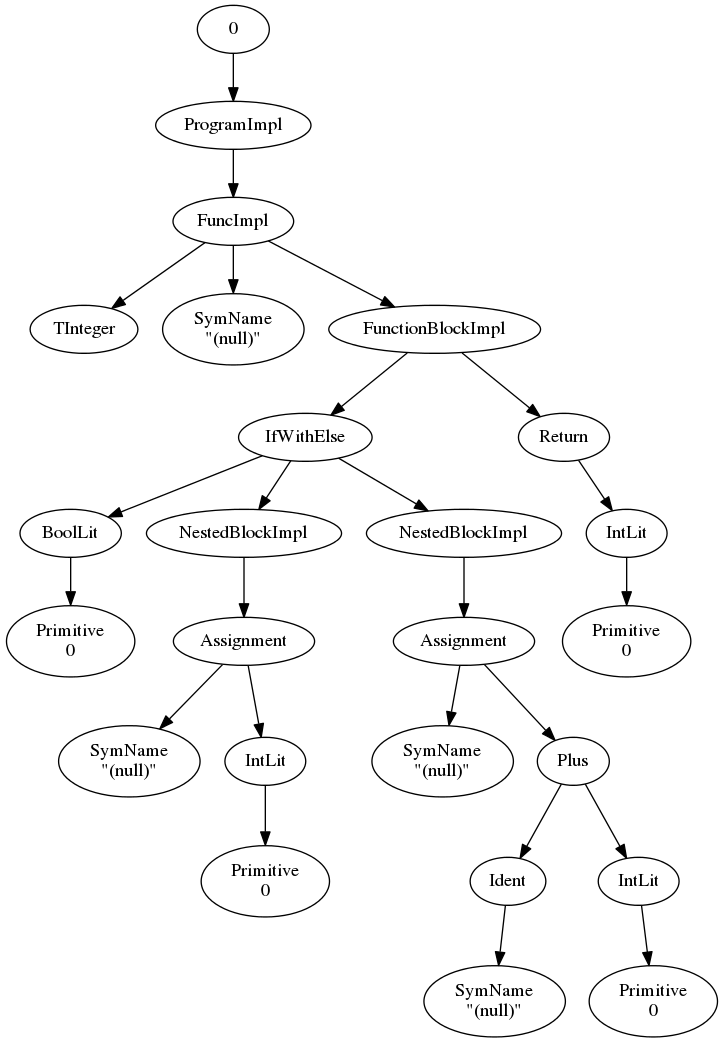
The Graphviz diagram ast/testProgram.png in drewtaylors/cs160, before a commit. Its source is kept beside it as ast/testProgram.dot.
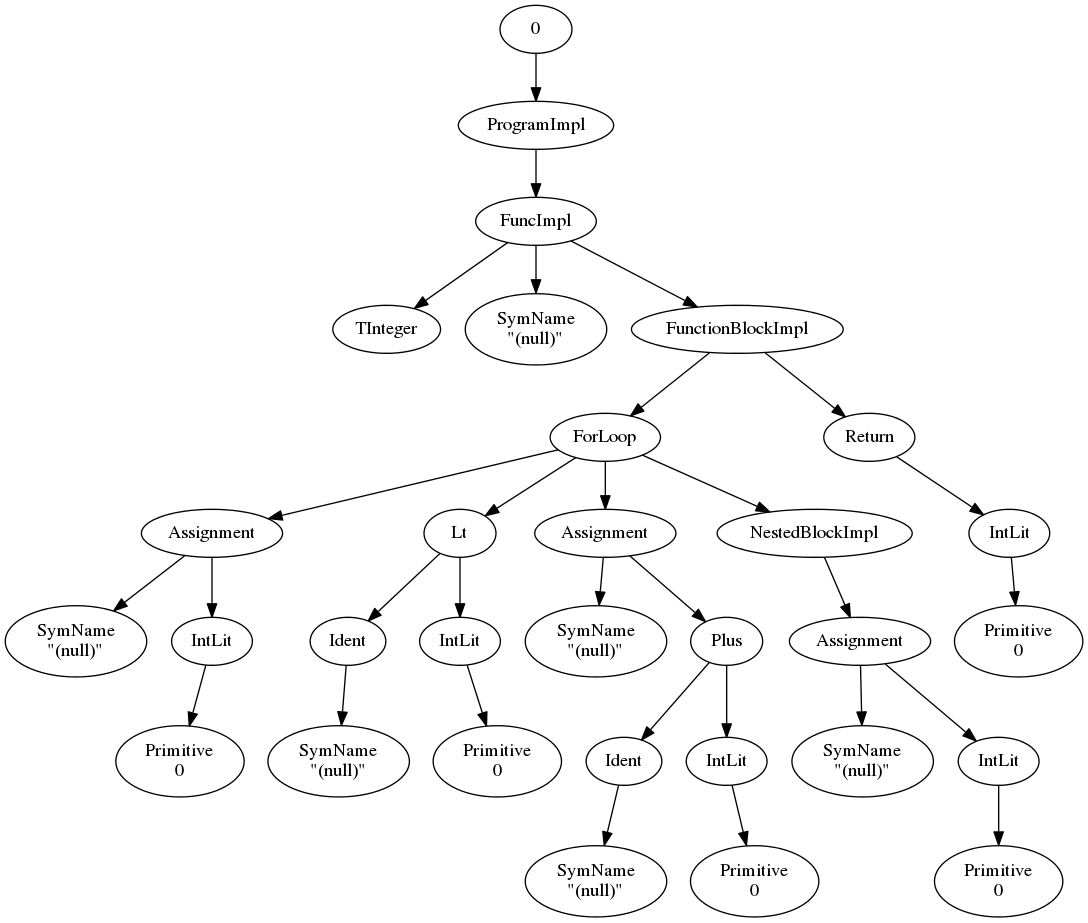
The same file after the commit.

What changed in the source:
```diff
@@ -10,41 +10,53 @@
 "2" -> "5"
 "5" [label="FunctionBlockImpl"]
 "5" -> "6"
-"6" [label="IfWithElse"]
+"6" [label="ForLoop"]
 "6" -> "7"
-"7" [label="BoolLit"]
+"7" [label="Assignment"]
 "7" -> "8"
-"8" [label="Primitive\n0"]
-"6" -> "9"
-"9" [label="NestedBlockImpl"]
+"8" [label="SymName\n\"(null)\""]
+"7" -> "9"
+"9" [label="IntLit"]
 "9" -> "10"
-"10" [label="Assignment"]
-"10" -> "11"
-"11" [label="SymName\n\"(null)\""]
-"10" -> "12"
-"12" [label="IntLit"]
+"10" [label="Primitive\n0"]
+"6" -> "11"
+"11" [label="Lt"]
+"11" -> "12"
+"12" [label="Ident"]
 "12" -> "13"
-"13" [label="Primitive\n0"]
-"6" -> "14"
-"14" [label="NestedBlockImpl"]
+"13" [label="SymName\n\"(null)\""]
+"11" -> "14"
+"14" [label="IntLit"]
 "14" -> "15"
-"15" [label="Assignment"]
-"15" -> "16"
-"16" [label="SymName\n\"(null)\""]
-"15" -> "17"
-"17" [label="Plus"]
-"17" -> "18"
-"18" [label="Ident"]
+"15" [label="Primitive\n0"]
+"6" -> "16"
+"16" [label="Assignment"]
+"16" -> "17"
+"17" [label="SymName\n\"(null)\""]
+"16" -> "18"
+"18" [label="Plus"]
 "18" -> "19"
-"19" [label="SymName\n\"(null)\""]
-"17" -> "20"
-"20" [label="IntLit"]
-"20" -> "21"
-"21" [label="Primitive\n0"]
-"5" -> "22"
-"22" [label="Return"]
-"22" -> "23"
-"23" [label="IntLit"]
+"19" [label="Ident"]
+"19" -> "20"
+"20" [label="SymName\n\"(null)\""]
+"18" -> "21"
+"21" [label="IntLit"]
+"21" -> "22"
+"22" [label="Primitive\n0"]
+"6" -> "23"
+"23" [label="NestedBlockImpl"]
 "23" -> "24"
-"24" [label="Primitive\n0"]
+"24" [label="Assignment"]
+"24" -> "25"
+"25" [label="SymName\n\"(null)\""]
+"24" -> "26"
+"26" [label="IntLit"]
+"26" -> "27"
+"27" [label="Primitive\n0"]
+"5" -> "28"
+"28" [label="Return"]
+"28" -> "29"
+"29" [label="IntLit"]
+"29" -> "30"
+"30" [label="Primitive\n0"]
 };
```
